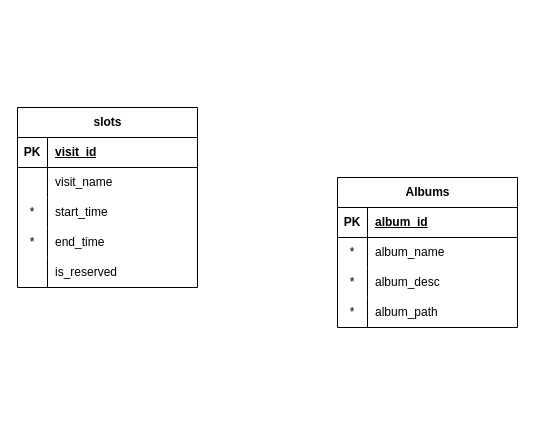
The draw.io diagram docs/db_model..drawio in kfijalkowski1/Paint-fotoweb, before the edit. Source tidied: cells renumbered, new cells numbered last; positions are measured from the earlier drawing's top-left corner, leaving out a move shared by most shapes. Both pictures are drawn from the tidied source at 100%, with x=0, y=0 at pixel (17, 107).
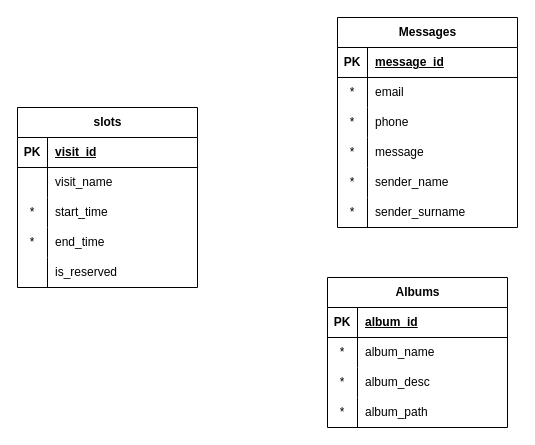
After the change.

Commit message (it also covers changes not shown here):
feat: updated databse schema

Diff of the diagram source:
```diff
@@
     <mxCell id="18" value="Albums" style="shape=table;startSize=30;childLayout=tableLayout;rowLines=0;fontStyle=1;align=center;html=1;" parent="1" vertex="1">
-      <mxGeometry x="320" y="70" width="180" height="150" as="geometry" />
+      <mxGeometry x="310" y="170" width="180" height="150" as="geometry" />
     </mxCell>
@@
+    <mxCell id="31" value="Messages" style="shape=table;startSize=30;childLayout=tableLayout;rowLines=0;fontStyle=1;align=center;html=1;" parent="1" vertex="1">
+      <mxGeometry x="320" y="-90" width="180" height="210" as="geometry" />
+    </mxCell>
+    <mxCell id="32" style="shape=tableRow;horizontal=0;startSize=0;swimlaneHead=0;swimlaneBody=0;fillColor=none;top=0;left=0;right=0;bottom=1;" parent="31" vertex="1">
+      <mxGeometry y="30" width="180" height="30" as="geometry" />
+    </mxCell>
+    <mxCell id="33" value="PK" style="shape=partialRectangle;fillColor=none;top=0;left=0;bottom=0;right=0;fontStyle=1;overflow=hidden;whiteSpace=wrap;html=1;" parent="32" vertex="1">
+      <mxGeometry width="30" height="30" as="geometry" />
+    </mxCell>
+    <mxCell id="34" value="message_id" style="shape=partialRectangle;fillColor=none;top=0;left=0;bottom=0;right=0;align=left;spacingLeft=6;fontStyle=5;overflow=hidden;whiteSpace=wrap;html=1;" parent="32" vertex="1">
+      <mxGeometry x="30" width="150" height="30" as="geometry" />
+    </mxCell>
+    <mxCell id="35" style="shape=tableRow;horizontal=0;startSize=0;swimlaneHead=0;swimlaneBody=0;fillColor=none;top=0;left=0;right=0;bottom=0;" parent="31" vertex="1">
+      <mxGeometry y="60" width="180" height="30" as="geometry" />
+    </mxCell>
+    <mxCell id="36" value="*" style="shape=partialRectangle;fillColor=none;top=0;left=0;bottom=0;right=0;overflow=hidden;whiteSpace=wrap;html=1;" parent="35" vertex="1">
+      <mxGeometry width="30" height="30" as="geometry" />
+    </mxCell>
+    <mxCell id="37" value="email" style="shape=partialRectangle;fillColor=none;top=0;left=0;bottom=0;right=0;align=left;spacingLeft=6;overflow=hidden;whiteSpace=wrap;html=1;" parent="35" vertex="1">
+      <mxGeometry x="30" width="150" height="30" as="geometry" />
+    </mxCell>
+    <mxCell id="38" style="shape=tableRow;horizontal=0;startSize=0;swimlaneHead=0;swimlaneBody=0;fillColor=none;top=0;left=0;right=0;bottom=0;" parent="31" vertex="1">
+      <mxGeometry y="90" width="180" height="30" as="geometry" />
+    </mxCell>
+    <mxCell id="39" value="*" style="shape=partialRectangle;fillColor=none;top=0;left=0;bottom=0;right=0;overflow=hidden;whiteSpace=wrap;html=1;" parent="38" vertex="1">
+      <mxGeometry width="30" height="30" as="geometry" />
+    </mxCell>
+    <mxCell id="40" value="phone" style="shape=partialRectangle;fillColor=none;top=0;left=0;bottom=0;right=0;align=left;spacingLeft=6;overflow=hidden;whiteSpace=wrap;html=1;" parent="38" vertex="1">
+      <mxGeometry x="30" width="150" height="30" as="geometry" />
+    </mxCell>
+    <mxCell id="41" style="shape=tableRow;horizontal=0;startSize=0;swimlaneHead=0;swimlaneBody=0;fillColor=none;top=0;left=0;right=0;bottom=0;" parent="31" vertex="1">
+      <mxGeometry y="120" width="180" height="30" as="geometry" />
+    </mxCell>
+    <mxCell id="42" value="*" style="shape=partialRectangle;fillColor=none;top=0;left=0;bottom=0;right=0;overflow=hidden;whiteSpace=wrap;html=1;" parent="41" vertex="1">
+      <mxGeometry width="30" height="30" as="geometry" />
+    </mxCell>
+    <mxCell id="43" value="message" style="shape=partialRectangle;fillColor=none;top=0;left=0;bottom=0;right=0;align=left;spacingLeft=6;overflow=hidden;whiteSpace=wrap;html=1;" parent="41" vertex="1">
+      <mxGeometry x="30" width="150" height="30" as="geometry" />
+    </mxCell>
+    <mxCell id="44" style="shape=tableRow;horizontal=0;startSize=0;swimlaneHead=0;swimlaneBody=0;fillColor=none;top=0;left=0;right=0;bottom=0;" parent="31" vertex="1">
+      <mxGeometry y="150" width="180" height="30" as="geometry" />
+    </mxCell>
+    <mxCell id="45" value="*" style="shape=partialRectangle;fillColor=none;top=0;left=0;bottom=0;right=0;overflow=hidden;whiteSpace=wrap;html=1;" parent="44" vertex="1">
+      <mxGeometry width="30" height="30" as="geometry" />
+    </mxCell>
+    <mxCell id="46" value="sender_name" style="shape=partialRectangle;fillColor=none;top=0;left=0;bottom=0;right=0;align=left;spacingLeft=6;overflow=hidden;whiteSpace=wrap;html=1;" parent="44" vertex="1">
+      <mxGeometry x="30" width="150" height="30" as="geometry" />
+    </mxCell>
+    <mxCell id="47" style="shape=tableRow;horizontal=0;startSize=0;swimlaneHead=0;swimlaneBody=0;fillColor=none;top=0;left=0;right=0;bottom=0;" parent="31" vertex="1">
+      <mxGeometry y="180" width="180" height="30" as="geometry" />
+    </mxCell>
+    <mxCell id="48" value="*" style="shape=partialRectangle;fillColor=none;top=0;left=0;bottom=0;right=0;overflow=hidden;whiteSpace=wrap;html=1;" parent="47" vertex="1">
+      <mxGeometry width="30" height="30" as="geometry" />
+    </mxCell>
+    <mxCell id="49" value="sender_surname" style="shape=partialRectangle;fillColor=none;top=0;left=0;bottom=0;right=0;align=left;spacingLeft=6;overflow=hidden;whiteSpace=wrap;html=1;" parent="47" vertex="1">
+      <mxGeometry x="30" width="150" height="30" as="geometry" />
+    </mxCell>
```
